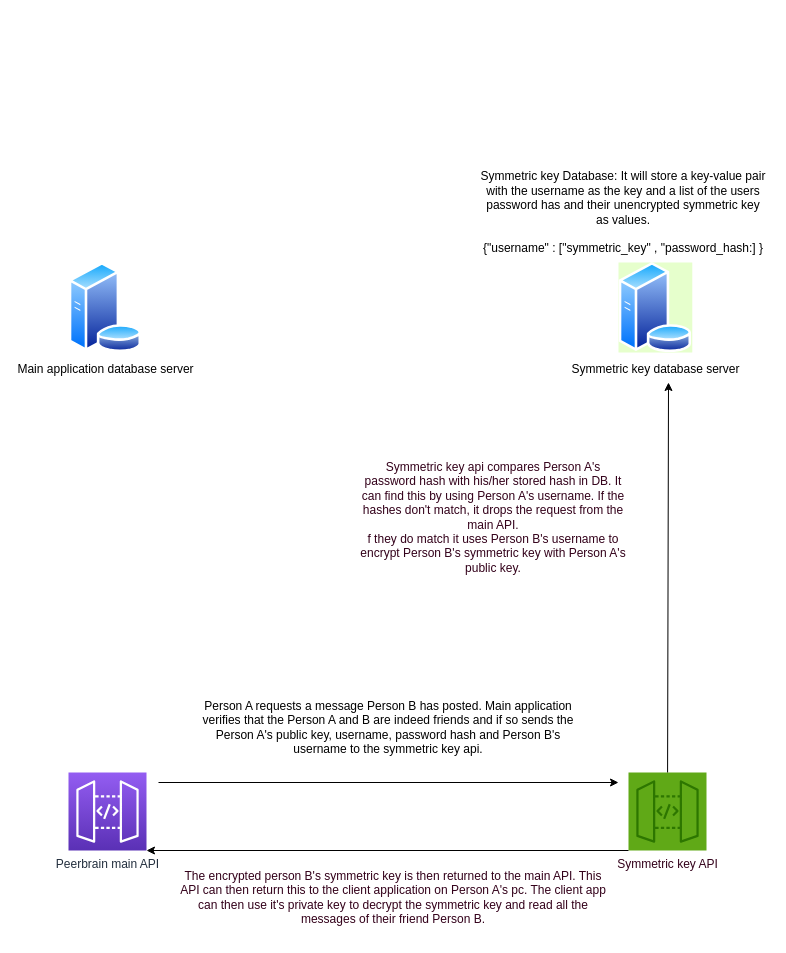
Earlier version of the draw.io diagram Symmetric Key sharing system.drawio (shandralor/PeerBrain). Source tidied: cells renumbered, new cells numbered last; positions are measured from the earlier drawing's top-left corner, leaving out a move shared by most shapes. Both pictures are drawn from the tidied source at 100%, with x=0, y=0 at pixel (68, 152).
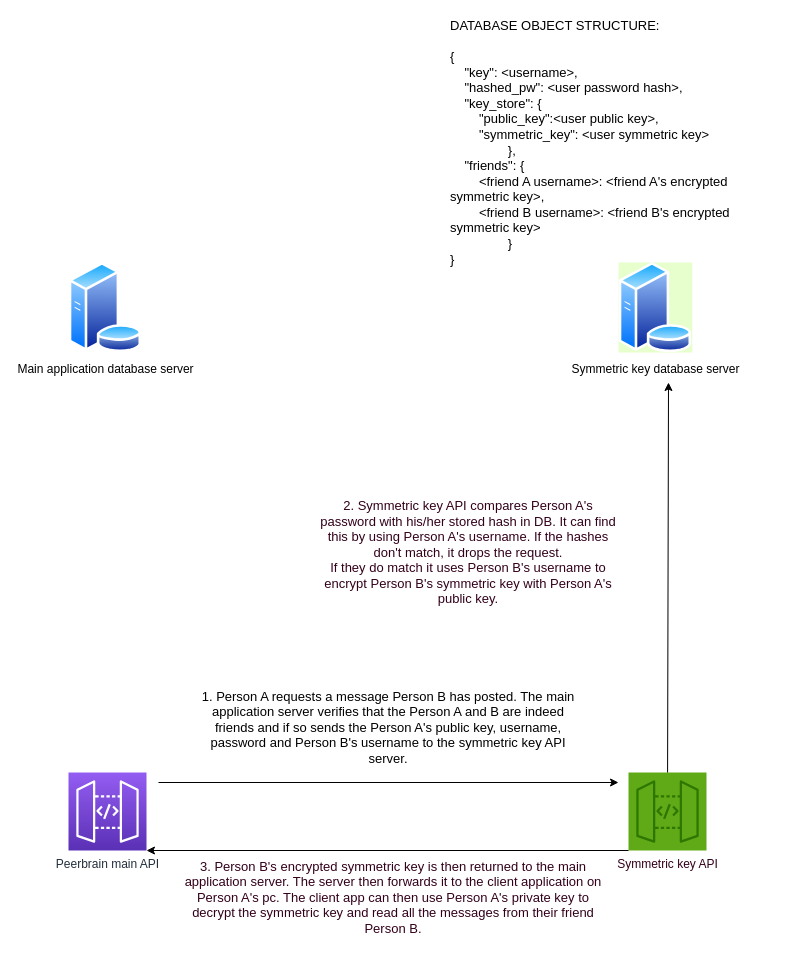
The same diagram, later.

The edit, as a diff of the source:
```diff
@@
 <mxGraphModel>
   <root>
     <mxCell id="0" />
     <mxCell id="1" parent="0" />
     <mxCell id="2" value="Main application database server" style="perimeter=ellipsePerimeter;html=1;align=center;shadow=0;dashed=0;spacingTop=3;image;image=img/lib/active_directory/database_server.svg;" parent="1" vertex="1">
       <mxGeometry y="110" width="73.8" height="90" as="geometry" />
     </mxCell>
     <mxCell id="3" value="Symmetric key database server" style="perimeter=ellipsePerimeter;html=1;align=center;shadow=0;dashed=0;spacingTop=3;image;image=img/lib/active_directory/database_server.svg;imageBackground=#E6FFCC;" parent="1" vertex="1">
       <mxGeometry x="550" y="110" width="73.8" height="90" as="geometry" />
     </mxCell>
     <mxCell id="4" value="Peerbrain main API" style="sketch=0;points=[[0,0,0],[0.25,0,0],[0.5,0,0],[0.75,0,0],[1,0,0],[0,1,0],[0.25,1,0],[0.5,1,0],[0.75,1,0],[1,1,0],[0,0.25,0],[0,0.5,0],[0,0.75,0],[1,0.25,0],[1,0.5,0],[1,0.75,0]];outlineConnect=0;fontColor=#232F3E;gradientColor=#945DF2;gradientDirection=north;fillColor=#5A30B5;strokeColor=#ffffff;dashed=0;verticalLabelPosition=bottom;verticalAlign=top;align=center;html=1;fontSize=12;fontStyle=0;shape=mxgraph.aws4.resourceIcon;resIcon=mxgraph.aws4.api_gateway;" parent="1" vertex="1">
       <mxGeometry y="620" width="78" height="78" as="geometry" />
     </mxCell>
     <mxCell id="5" value="Symmetric key API" style="sketch=0;points=[[0,0,0],[0.25,0,0],[0.5,0,0],[0.75,0,0],[1,0,0],[0,1,0],[0.25,1,0],[0.5,1,0],[0.75,1,0],[1,1,0],[0,0.25,0],[0,0.5,0],[0,0.75,0],[1,0.25,0],[1,0.5,0],[1,0.75,0]];outlineConnect=0;gradientDirection=north;fillColor=#60a917;strokeColor=#2D7600;dashed=0;verticalLabelPosition=bottom;verticalAlign=top;align=center;html=1;fontSize=12;fontStyle=0;shape=mxgraph.aws4.resourceIcon;resIcon=mxgraph.aws4.api_gateway;fontColor=#33001A;" parent="1" vertex="1">
       <mxGeometry x="560" y="620" width="78" height="78" as="geometry" />
     </mxCell>
-    <mxCell id="6" value="Symmetric key Database: It will store a key-value pair with the username as the key and a list of the users password has and their unencrypted symmetric key as values.&lt;br&gt;&lt;br&gt;{&quot;username&quot; : [&quot;symmetric_key&quot; , &quot;password_hash:] }" style="text;html=1;strokeColor=none;fillColor=none;align=center;verticalAlign=middle;whiteSpace=wrap;rounded=0;" parent="1" vertex="1">
-      <mxGeometry x="410" width="290" height="120" as="geometry" />
+    <mxCell id="6" value="&lt;div align=&quot;left&quot;&gt;&lt;font style=&quot;font-size: 13px;&quot;&gt;DATABASE OBJECT STRUCTURE:&lt;/font&gt;&lt;/div&gt;&lt;div align=&quot;left&quot;&gt;&lt;font style=&quot;font-size: 13px;&quot;&gt;&lt;br&gt;&lt;/font&gt;&lt;/div&gt;&lt;div align=&quot;left&quot;&gt;&lt;font style=&quot;font-size: 13px;&quot;&gt;{&lt;/font&gt;&lt;br&gt;&lt;font style=&quot;font-size: 13px;&quot;&gt;&amp;nbsp;&amp;nbsp; &amp;nbsp;&quot;key&quot;: &amp;lt;username&amp;gt;,&lt;/font&gt;&lt;br&gt;&lt;font style=&quot;font-size: 13px;&quot;&gt;&amp;nbsp;&amp;nbsp; &amp;nbsp;&quot;hashed_pw&quot;: &amp;lt;user password hash&amp;gt;,&lt;/font&gt;&lt;br&gt;&lt;font style=&quot;font-size: 13px;&quot;&gt;&amp;nbsp;&amp;nbsp; &amp;nbsp;&quot;key_store&quot;: {&lt;/font&gt;&lt;br&gt;&lt;font style=&quot;font-size: 13px;&quot;&gt;&amp;nbsp;&amp;nbsp; &amp;nbsp;&amp;nbsp;&amp;nbsp; &amp;nbsp;&quot;public_key&quot;:&amp;lt;user public key&amp;gt;,&lt;/font&gt;&lt;br&gt;&lt;font style=&quot;font-size: 13px;&quot;&gt;&amp;nbsp;&amp;nbsp; &amp;nbsp;&amp;nbsp;&amp;nbsp; &amp;nbsp;&quot;symmetric_key&quot;: &amp;lt;user symmetric key&amp;gt;&lt;/font&gt;&lt;br&gt;&lt;font style=&quot;font-size: 13px;&quot;&gt;&amp;nbsp;&amp;nbsp; &amp;nbsp;&amp;nbsp;&amp;nbsp; &amp;nbsp;&amp;nbsp;&amp;nbsp; &amp;nbsp;&amp;nbsp;&amp;nbsp; &amp;nbsp;},&lt;/font&gt;&lt;br&gt;&lt;font style=&quot;font-size: 13px;&quot;&gt;&amp;nbsp;&amp;nbsp; &amp;nbsp;&quot;friends&quot;: {&lt;/font&gt;&lt;br&gt;&lt;font style=&quot;font-size: 13px;&quot;&gt;&amp;nbsp;&amp;nbsp; &amp;nbsp;&amp;nbsp;&amp;nbsp; &amp;nbsp;&amp;lt;friend A username&amp;gt;: &amp;lt;friend A's encrypted symmetric key&amp;gt;,&lt;/font&gt;&lt;br&gt;&lt;font style=&quot;font-size: 13px;&quot;&gt;&amp;nbsp;&amp;nbsp; &amp;nbsp;&amp;nbsp;&amp;nbsp; &amp;nbsp;&amp;lt;friend B username&amp;gt;: &amp;lt;friend B's encrypted symmetric key&amp;gt;&lt;/font&gt;&lt;br&gt;&lt;font style=&quot;font-size: 13px;&quot;&gt;&amp;nbsp;&amp;nbsp; &amp;nbsp;&amp;nbsp;&amp;nbsp; &amp;nbsp;&amp;nbsp;&amp;nbsp; &amp;nbsp;&amp;nbsp;&amp;nbsp; &amp;nbsp;}&lt;/font&gt;&lt;br&gt;&lt;font style=&quot;font-size: 13px;&quot;&gt;}&lt;/font&gt;&lt;/div&gt;" style="text;html=1;strokeColor=none;fillColor=none;align=left;verticalAlign=middle;whiteSpace=wrap;rounded=0;" parent="1" vertex="1">
+      <mxGeometry x="380" y="-70" width="290" height="120" as="geometry" />
     </mxCell>
     <mxCell id="7" style="endArrow=classic;html=1;rounded=0;" parent="1" edge="1">
       <mxGeometry relative="1" as="geometry">
         <mxPoint x="90" y="630" as="sourcePoint" />
         <mxPoint x="550" y="630" as="targetPoint" />
       </mxGeometry>
     </mxCell>
-    <mxCell id="8" value="Person A requests a message Person B has posted. Main application verifies that the Person A and B are indeed friends and if so sends the Person A's public key, username, password hash and Person B's username to the symmetric key api. " style="text;html=1;strokeColor=none;fillColor=none;align=center;verticalAlign=middle;whiteSpace=wrap;rounded=0;" parent="1" vertex="1">
+    <mxCell id="8" value="&lt;font style=&quot;font-size: 13px;&quot;&gt;1. Person A requests a message Person B has posted. The main application server verifies that the Person A and B are indeed friends and if so sends the Person A's public key, username, password and Person B's username to the symmetric key API server. &lt;/font&gt;" style="text;html=1;strokeColor=none;fillColor=none;align=center;verticalAlign=middle;whiteSpace=wrap;rounded=0;" parent="1" vertex="1">
       <mxGeometry x="130" y="550" width="380" height="50" as="geometry" />
     </mxCell>
     <mxCell id="9" style="endArrow=classic;html=1;rounded=0;fontColor=#33001A;" parent="1" edge="1" source="5">
       <mxGeometry relative="1" as="geometry">
         <mxPoint x="600" y="230" as="targetPoint" />
       </mxGeometry>
     </mxCell>
-    <mxCell id="10" value="Symmetric key api compares Person A's password hash with his/her stored hash in DB. It can find this by using Person A's username. If the hashes don't match, it drops the request from the main API. &lt;br&gt;f they do match it uses Person B's username to encrypt Person B's symmetric key with Person A's public key. " style="text;html=1;strokeColor=none;fillColor=none;align=center;verticalAlign=middle;whiteSpace=wrap;rounded=0;fontColor=#33001A;" parent="1" vertex="1">
-      <mxGeometry x="290" y="350" width="270" height="30" as="geometry" />
+    <mxCell id="10" value="&lt;font style=&quot;font-size: 13px;&quot;&gt;2. Symmetric key API compares Person A's password with his/her stored hash in DB. It can find this by using Person A's username. If the hashes don't match, it drops the request. &lt;br&gt;If they do match it uses Person B's username to encrypt Person B's symmetric key with Person A's public key. &lt;/font&gt;" style="text;html=1;strokeColor=none;fillColor=none;align=center;verticalAlign=middle;whiteSpace=wrap;rounded=0;fontColor=#33001A;" parent="1" vertex="1">
+      <mxGeometry x="250" y="350" width="300" height="100" as="geometry" />
     </mxCell>
     <mxCell id="11" style="endArrow=classic;html=1;rounded=0;fontColor=#33001A;exitX=0;exitY=1;exitDx=0;exitDy=0;exitPerimeter=0;entryX=1;entryY=1;entryDx=0;entryDy=0;entryPerimeter=0;" parent="1" edge="1" source="5" target="4">
       <mxGeometry relative="1" as="geometry" />
     </mxCell>
-    <mxCell id="12" value="The encrypted person B's symmetric key is then returned to the main API. This API can then return this to the client application on Person A's pc. The client app can then use it's private key to decrypt the symmetric key and read all the messages of their friend Person B." style="text;html=1;strokeColor=none;fillColor=none;align=center;verticalAlign=middle;whiteSpace=wrap;rounded=0;fontColor=#33001A;" parent="1" vertex="1">
+    <mxCell id="12" value="&lt;font style=&quot;font-size: 13px;&quot;&gt;3. Person B's encrypted symmetric key is then returned to the main application server. The server then forwards it to the client application on Person A's pc. The client app can then use Person A's private key to decrypt the symmetric key and read all the messages from their friend Person B.&lt;/font&gt;" style="text;html=1;strokeColor=none;fillColor=none;align=center;verticalAlign=middle;whiteSpace=wrap;rounded=0;fontColor=#33001A;" parent="1" vertex="1">
       <mxGeometry x="110" y="730" width="430" height="30" as="geometry" />
     </mxCell>
   </root>
 </mxGraphModel>
```
